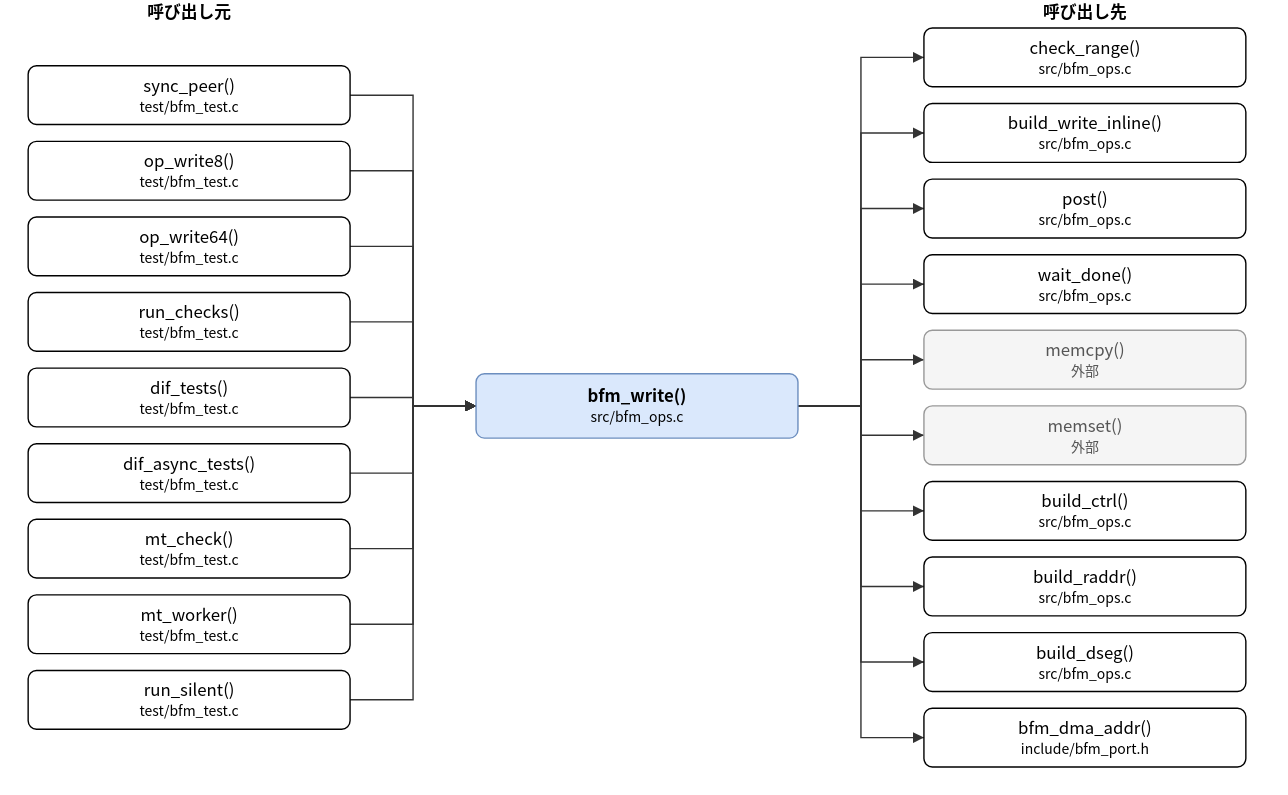
Before: doc/spec/images/call_src_bfm_ops-bfm_write.drawio.svg, a diagram exported from draw.io (hf355051012-ai/bfmem). Source tidied: cells renumbered, new cells last; positions are measured from the earlier drawing's top-left corner, leaving out a move shared by most shapes.
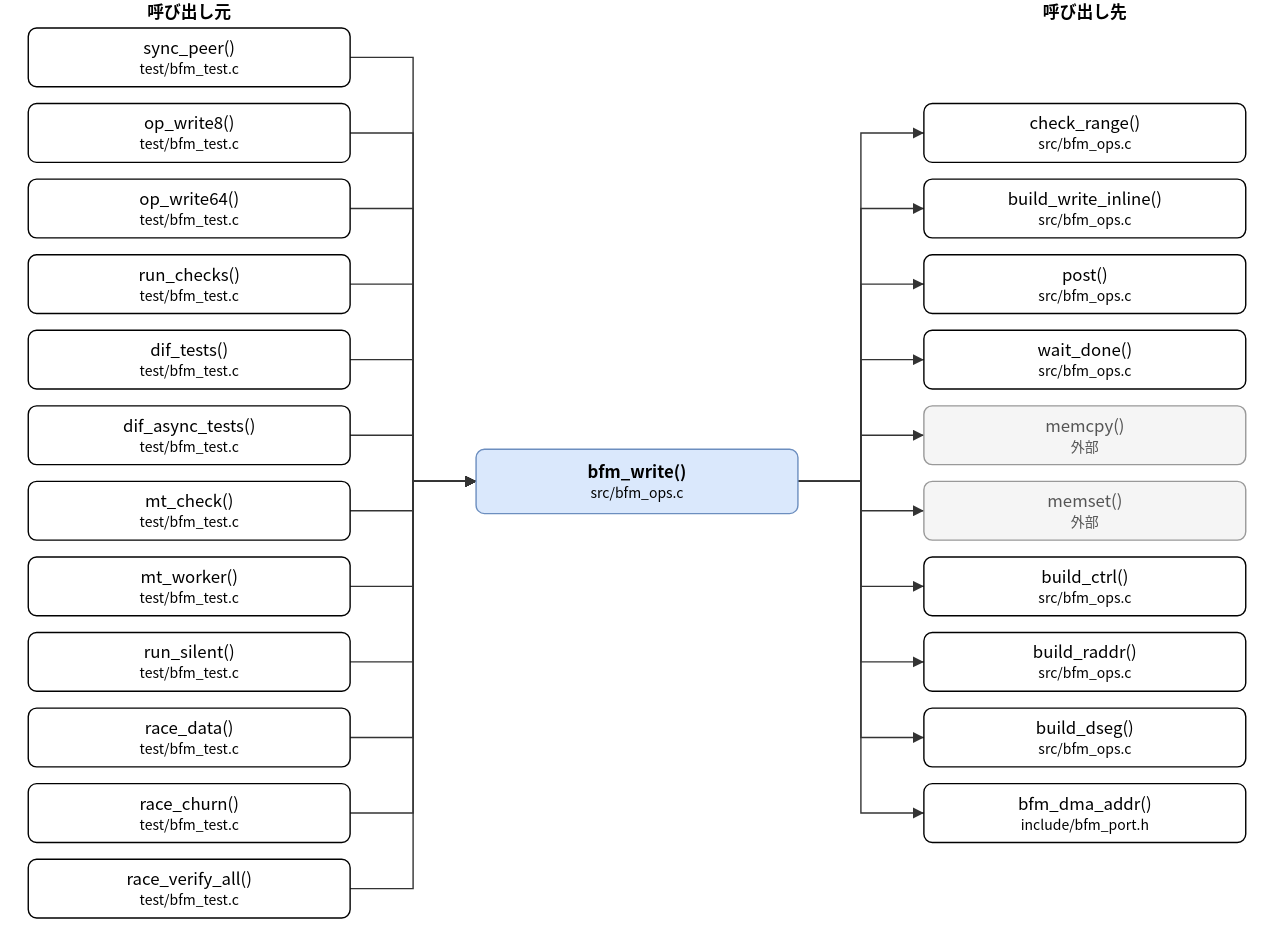
Later version of the same file.

The edit, as a diff of the source:
```diff
@@ -5,60 +5,69 @@
     <mxCell id="2" value="bfm_write()&lt;br&gt;&lt;font style=&quot;font-size:10px&quot;&gt;src/bfm_ops.c&lt;/font&gt;" style="rounded=1;whiteSpace=wrap;html=1;fillColor=#dae8fc;strokeColor=#6c8ebf;fontStyle=1;" parent="1" vertex="1">
-      <mxGeometry x="320" y="267" width="230" height="46" as="geometry" />
+      <mxGeometry x="320" y="321" width="230" height="46" as="geometry" />
     </mxCell>
     <mxCell id="3" value="sync_peer()&lt;br&gt;&lt;font style=&quot;font-size:10px&quot;&gt;test/bfm_test.c&lt;/font&gt;" style="rounded=1;whiteSpace=wrap;html=1;" parent="1" vertex="1">
-      <mxGeometry y="47" width="230" height="42" as="geometry" />
+      <mxGeometry y="20" width="230" height="42" as="geometry" />
     </mxCell>
     <mxCell id="4" value="op_write8()&lt;br&gt;&lt;font style=&quot;font-size:10px&quot;&gt;test/bfm_test.c&lt;/font&gt;" style="rounded=1;whiteSpace=wrap;html=1;" parent="1" vertex="1">
-      <mxGeometry y="101" width="230" height="42" as="geometry" />
+      <mxGeometry y="74" width="230" height="42" as="geometry" />
     </mxCell>
     <mxCell id="5" value="op_write64()&lt;br&gt;&lt;font style=&quot;font-size:10px&quot;&gt;test/bfm_test.c&lt;/font&gt;" style="rounded=1;whiteSpace=wrap;html=1;" parent="1" vertex="1">
-      <mxGeometry y="155" width="230" height="42" as="geometry" />
+      <mxGeometry y="128" width="230" height="42" as="geometry" />
     </mxCell>
     <mxCell id="6" value="run_checks()&lt;br&gt;&lt;font style=&quot;font-size:10px&quot;&gt;test/bfm_test.c&lt;/font&gt;" style="rounded=1;whiteSpace=wrap;html=1;" parent="1" vertex="1">
-      <mxGeometry y="209" width="230" height="42" as="geometry" />
+      <mxGeometry y="182" width="230" height="42" as="geometry" />
     </mxCell>
     <mxCell id="7" value="dif_tests()&lt;br&gt;&lt;font style=&quot;font-size:10px&quot;&gt;test/bfm_test.c&lt;/font&gt;" style="rounded=1;whiteSpace=wrap;html=1;" parent="1" vertex="1">
-      <mxGeometry y="263" width="230" height="42" as="geometry" />
+      <mxGeometry y="236" width="230" height="42" as="geometry" />
     </mxCell>
     <mxCell id="8" value="dif_async_tests()&lt;br&gt;&lt;font style=&quot;font-size:10px&quot;&gt;test/bfm_test.c&lt;/font&gt;" style="rounded=1;whiteSpace=wrap;html=1;" parent="1" vertex="1">
-      <mxGeometry y="317" width="230" height="42" as="geometry" />
+      <mxGeometry y="290" width="230" height="42" as="geometry" />
     </mxCell>
     <mxCell id="9" value="mt_check()&lt;br&gt;&lt;font style=&quot;font-size:10px&quot;&gt;test/bfm_test.c&lt;/font&gt;" style="rounded=1;whiteSpace=wrap;html=1;" parent="1" vertex="1">
-      <mxGeometry y="371" width="230" height="42" as="geometry" />
+      <mxGeometry y="344" width="230" height="42" as="geometry" />
     </mxCell>
     <mxCell id="10" value="mt_worker()&lt;br&gt;&lt;font style=&quot;font-size:10px&quot;&gt;test/bfm_test.c&lt;/font&gt;" style="rounded=1;whiteSpace=wrap;html=1;" parent="1" vertex="1">
-      <mxGeometry y="425" width="230" height="42" as="geometry" />
+      <mxGeometry y="398" width="230" height="42" as="geometry" />
     </mxCell>
     <mxCell id="11" value="run_silent()&lt;br&gt;&lt;font style=&quot;font-size:10px&quot;&gt;test/bfm_test.c&lt;/font&gt;" style="rounded=1;whiteSpace=wrap;html=1;" parent="1" vertex="1">
-      <mxGeometry y="479" width="230" height="42" as="geometry" />
+      <mxGeometry y="452" width="230" height="42" as="geometry" />
     </mxCell>
+    <mxCell id="43" value="race_data()&lt;br&gt;&lt;font style=&quot;font-size:10px&quot;&gt;test/bfm_test.c&lt;/font&gt;" style="rounded=1;whiteSpace=wrap;html=1;" parent="1" vertex="1">
+      <mxGeometry y="506" width="230" height="42" as="geometry" />
+    </mxCell>
+    <mxCell id="44" value="race_churn()&lt;br&gt;&lt;font style=&quot;font-size:10px&quot;&gt;test/bfm_test.c&lt;/font&gt;" style="rounded=1;whiteSpace=wrap;html=1;" parent="1" vertex="1">
+      <mxGeometry y="560" width="230" height="42" as="geometry" />
+    </mxCell>
+    <mxCell id="45" value="race_verify_all()&lt;br&gt;&lt;font style=&quot;font-size:10px&quot;&gt;test/bfm_test.c&lt;/font&gt;" style="rounded=1;whiteSpace=wrap;html=1;" parent="1" vertex="1">
+      <mxGeometry y="614" width="230" height="42" as="geometry" />
+    </mxCell>
     <mxCell id="12" value="check_range()&lt;br&gt;&lt;font style=&quot;font-size:10px&quot;&gt;src/bfm_ops.c&lt;/font&gt;" style="rounded=1;whiteSpace=wrap;html=1;" parent="1" vertex="1">
-      <mxGeometry x="640" y="20" width="230" height="42" as="geometry" />
+      <mxGeometry x="640" y="74" width="230" height="42" as="geometry" />
     </mxCell>
     <mxCell id="13" value="build_write_inline()&lt;br&gt;&lt;font style=&quot;font-size:10px&quot;&gt;src/bfm_ops.c&lt;/font&gt;" style="rounded=1;whiteSpace=wrap;html=1;" parent="1" vertex="1">
-      <mxGeometry x="640" y="74" width="230" height="42" as="geometry" />
+      <mxGeometry x="640" y="128" width="230" height="42" as="geometry" />
     </mxCell>
     <mxCell id="14" value="post()&lt;br&gt;&lt;font style=&quot;font-size:10px&quot;&gt;src/bfm_ops.c&lt;/font&gt;" style="rounded=1;whiteSpace=wrap;html=1;" parent="1" vertex="1">
-      <mxGeometry x="640" y="128" width="230" height="42" as="geometry" />
+      <mxGeometry x="640" y="182" width="230" height="42" as="geometry" />
     </mxCell>
     <mxCell id="15" value="wait_done()&lt;br&gt;&lt;font style=&quot;font-size:10px&quot;&gt;src/bfm_ops.c&lt;/font&gt;" style="rounded=1;whiteSpace=wrap;html=1;" parent="1" vertex="1">
-      <mxGeometry x="640" y="182" width="230" height="42" as="geometry" />
+      <mxGeometry x="640" y="236" width="230" height="42" as="geometry" />
     </mxCell>
     <mxCell id="16" value="memcpy()&lt;br&gt;&lt;font style=&quot;font-size:10px&quot;&gt;外部&lt;/font&gt;" style="rounded=1;whiteSpace=wrap;html=1;fillColor=#f5f5f5;strokeColor=#999999;fontColor=#555555;" parent="1" vertex="1">
-      <mxGeometry x="640" y="236" width="230" height="42" as="geometry" />
+      <mxGeometry x="640" y="290" width="230" height="42" as="geometry" />
     </mxCell>
     <mxCell id="17" value="memset()&lt;br&gt;&lt;font style=&quot;font-size:10px&quot;&gt;外部&lt;/font&gt;" style="rounded=1;whiteSpace=wrap;html=1;fillColor=#f5f5f5;strokeColor=#999999;fontColor=#555555;" parent="1" vertex="1">
-      <mxGeometry x="640" y="290" width="230" height="42" as="geometry" />
+      <mxGeometry x="640" y="344" width="230" height="42" as="geometry" />
     </mxCell>
     <mxCell id="18" value="build_ctrl()&lt;br&gt;&lt;font style=&quot;font-size:10px&quot;&gt;src/bfm_ops.c&lt;/font&gt;" style="rounded=1;whiteSpace=wrap;html=1;" parent="1" vertex="1">
-      <mxGeometry x="640" y="344" width="230" height="42" as="geometry" />
+      <mxGeometry x="640" y="398" width="230" height="42" as="geometry" />
     </mxCell>
     <mxCell id="19" value="build_raddr()&lt;br&gt;&lt;font style=&quot;font-size:10px&quot;&gt;src/bfm_ops.c&lt;/font&gt;" style="rounded=1;whiteSpace=wrap;html=1;" parent="1" vertex="1">
-      <mxGeometry x="640" y="398" width="230" height="42" as="geometry" />
+      <mxGeometry x="640" y="452" width="230" height="42" as="geometry" />
     </mxCell>
     <mxCell id="20" value="build_dseg()&lt;br&gt;&lt;font style=&quot;font-size:10px&quot;&gt;src/bfm_ops.c&lt;/font&gt;" style="rounded=1;whiteSpace=wrap;html=1;" parent="1" vertex="1">
-      <mxGeometry x="640" y="452" width="230" height="42" as="geometry" />
+      <mxGeometry x="640" y="506" width="230" height="42" as="geometry" />
     </mxCell>
     <mxCell id="21" value="bfm_dma_addr()&lt;br&gt;&lt;font style=&quot;font-size:10px&quot;&gt;include/bfm_port.h&lt;/font&gt;" style="rounded=1;whiteSpace=wrap;html=1;" parent="1" vertex="1">
-      <mxGeometry x="640" y="506" width="230" height="42" as="geometry" />
+      <mxGeometry x="640" y="560" width="230" height="42" as="geometry" />
     </mxCell>
@@ -67,4 +76,4 @@
         <Array as="points">
-          <mxPoint x="275" y="68" />
-          <mxPoint x="275" y="290" />
+          <mxPoint x="275" y="41" />
+          <mxPoint x="275" y="344" />
         </Array>
@@ -75,4 +84,4 @@
         <Array as="points">
-          <mxPoint x="275" y="122" />
-          <mxPoint x="275" y="290" />
+          <mxPoint x="275" y="95" />
+          <mxPoint x="275" y="344" />
         </Array>
@@ -83,4 +92,4 @@
         <Array as="points">
-          <mxPoint x="275" y="176" />
-          <mxPoint x="275" y="290" />
+          <mxPoint x="275" y="149" />
+          <mxPoint x="275" y="344" />
         </Array>
@@ -91,4 +100,4 @@
         <Array as="points">
-          <mxPoint x="275" y="230" />
-          <mxPoint x="275" y="290" />
+          <mxPoint x="275" y="203" />
+          <mxPoint x="275" y="344" />
         </Array>
@@ -99,4 +108,4 @@
         <Array as="points">
-          <mxPoint x="275" y="284" />
-          <mxPoint x="275" y="290" />
+          <mxPoint x="275" y="257" />
+          <mxPoint x="275" y="344" />
         </Array>
@@ -107,4 +116,4 @@
         <Array as="points">
-          <mxPoint x="275" y="338" />
-          <mxPoint x="275" y="290" />
+          <mxPoint x="275" y="311" />
+          <mxPoint x="275" y="344" />
         </Array>
@@ -115,4 +124,4 @@
         <Array as="points">
-          <mxPoint x="275" y="392" />
-          <mxPoint x="275" y="290" />
+          <mxPoint x="275" y="365" />
+          <mxPoint x="275" y="344" />
         </Array>
@@ -123,4 +132,4 @@
         <Array as="points">
-          <mxPoint x="275" y="446" />
-          <mxPoint x="275" y="290" />
+          <mxPoint x="275" y="419" />
+          <mxPoint x="275" y="344" />
         </Array>
@@ -131,4 +140,4 @@
         <Array as="points">
-          <mxPoint x="275" y="500" />
-          <mxPoint x="275" y="290" />
+          <mxPoint x="275" y="473" />
+          <mxPoint x="275" y="344" />
         </Array>
@@ -136,7 +145,7 @@
     </mxCell>
-    <mxCell id="31" style="edgeStyle=none;html=1;rounded=0;endArrow=block;endFill=1;exitX=1.0000;exitY=0.5000;exitDx=0;exitDy=0;exitPerimeter=0;entryX=0.0000;entryY=0.5000;entryDx=0;entryDy=0;entryPerimeter=0;" parent="1" edge="1" source="2" target="12">
+    <mxCell id="31" style="edgeStyle=none;html=1;rounded=0;endArrow=block;endFill=1;exitX=1.0000;exitY=0.5000;exitDx=0;exitDy=0;exitPerimeter=0;entryX=0.0000;entryY=0.5000;entryDx=0;entryDy=0;entryPerimeter=0;" parent="1" edge="1" source="43" target="2">
       <mxGeometry relative="1" as="geometry">
         <Array as="points">
-          <mxPoint x="595" y="290" />
-          <mxPoint x="595" y="41" />
+          <mxPoint x="275" y="527" />
+          <mxPoint x="275" y="344" />
         </Array>
@@ -144,7 +153,7 @@
     </mxCell>
-    <mxCell id="32" style="edgeStyle=none;html=1;rounded=0;endArrow=block;endFill=1;exitX=1.0000;exitY=0.5000;exitDx=0;exitDy=0;exitPerimeter=0;entryX=0.0000;entryY=0.5000;entryDx=0;entryDy=0;entryPerimeter=0;" parent="1" edge="1" source="2" target="13">
+    <mxCell id="32" style="edgeStyle=none;html=1;rounded=0;endArrow=block;endFill=1;exitX=1.0000;exitY=0.5000;exitDx=0;exitDy=0;exitPerimeter=0;entryX=0.0000;entryY=0.5000;entryDx=0;entryDy=0;entryPerimeter=0;" parent="1" edge="1" source="44" target="2">
       <mxGeometry relative="1" as="geometry">
         <Array as="points">
-          <mxPoint x="595" y="290" />
-          <mxPoint x="595" y="95" />
+          <mxPoint x="275" y="581" />
+          <mxPoint x="275" y="344" />
         </Array>
@@ -152,7 +161,7 @@
     </mxCell>
-    <mxCell id="33" style="edgeStyle=none;html=1;rounded=0;endArrow=block;endFill=1;exitX=1.0000;exitY=0.5000;exitDx=0;exitDy=0;exitPerimeter=0;entryX=0.0000;entryY=0.5000;entryDx=0;entryDy=0;entryPerimeter=0;" parent="1" edge="1" source="2" target="14">
+    <mxCell id="33" style="edgeStyle=none;html=1;rounded=0;endArrow=block;endFill=1;exitX=1.0000;exitY=0.5000;exitDx=0;exitDy=0;exitPerimeter=0;entryX=0.0000;entryY=0.5000;entryDx=0;entryDy=0;entryPerimeter=0;" parent="1" edge="1" source="45" target="2">
       <mxGeometry relative="1" as="geometry">
         <Array as="points">
-          <mxPoint x="595" y="290" />
-          <mxPoint x="595" y="149" />
+          <mxPoint x="275" y="635" />
+          <mxPoint x="275" y="344" />
         </Array>
@@ -160,7 +169,7 @@
     </mxCell>
-    <mxCell id="34" style="edgeStyle=none;html=1;rounded=0;endArrow=block;endFill=1;exitX=1.0000;exitY=0.5000;exitDx=0;exitDy=0;exitPerimeter=0;entryX=0.0000;entryY=0.5000;entryDx=0;entryDy=0;entryPerimeter=0;" parent="1" edge="1" source="2" target="15">
+    <mxCell id="34" style="edgeStyle=none;html=1;rounded=0;endArrow=block;endFill=1;exitX=1.0000;exitY=0.5000;exitDx=0;exitDy=0;exitPerimeter=0;entryX=0.0000;entryY=0.5000;entryDx=0;entryDy=0;entryPerimeter=0;" parent="1" edge="1" source="2" target="12">
       <mxGeometry relative="1" as="geometry">
         <Array as="points">
-          <mxPoint x="595" y="290" />
-          <mxPoint x="595" y="203" />
+          <mxPoint x="595" y="344" />
+          <mxPoint x="595" y="95" />
         </Array>
@@ -168,7 +177,7 @@
     </mxCell>
-    <mxCell id="35" style="edgeStyle=none;html=1;rounded=0;endArrow=block;endFill=1;exitX=1.0000;exitY=0.5000;exitDx=0;exitDy=0;exitPerimeter=0;entryX=0.0000;entryY=0.5000;entryDx=0;entryDy=0;entryPerimeter=0;" parent="1" edge="1" source="2" target="16">
+    <mxCell id="35" style="edgeStyle=none;html=1;rounded=0;endArrow=block;endFill=1;exitX=1.0000;exitY=0.5000;exitDx=0;exitDy=0;exitPerimeter=0;entryX=0.0000;entryY=0.5000;entryDx=0;entryDy=0;entryPerimeter=0;" parent="1" edge="1" source="2" target="13">
       <mxGeometry relative="1" as="geometry">
         <Array as="points">
-          <mxPoint x="595" y="290" />
-          <mxPoint x="595" y="257" />
+          <mxPoint x="595" y="344" />
+          <mxPoint x="595" y="149" />
         </Array>
@@ -176,7 +185,7 @@
     </mxCell>
-    <mxCell id="36" style="edgeStyle=none;html=1;rounded=0;endArrow=block;endFill=1;exitX=1.0000;exitY=0.5000;exitDx=0;exitDy=0;exitPerimeter=0;entryX=0.0000;entryY=0.5000;entryDx=0;entryDy=0;entryPerimeter=0;" parent="1" edge="1" source="2" target="17">
+    <mxCell id="36" style="edgeStyle=none;html=1;rounded=0;endArrow=block;endFill=1;exitX=1.0000;exitY=0.5000;exitDx=0;exitDy=0;exitPerimeter=0;entryX=0.0000;entryY=0.5000;entryDx=0;entryDy=0;entryPerimeter=0;" parent="1" edge="1" source="2" target="14">
       <mxGeometry relative="1" as="geometry">
         <Array as="points">
-          <mxPoint x="595" y="290" />
-          <mxPoint x="595" y="311" />
+          <mxPoint x="595" y="344" />
+          <mxPoint x="595" y="203" />
         </Array>
@@ -184,7 +193,7 @@
     </mxCell>
-    <mxCell id="37" style="edgeStyle=none;html=1;rounded=0;endArrow=block;endFill=1;exitX=1.0000;exitY=0.5000;exitDx=0;exitDy=0;exitPerimeter=0;entryX=0.0000;entryY=0.5000;entryDx=0;entryDy=0;entryPerimeter=0;" parent="1" edge="1" source="2" target="18">
+    <mxCell id="37" style="edgeStyle=none;html=1;rounded=0;endArrow=block;endFill=1;exitX=1.0000;exitY=0.5000;exitDx=0;exitDy=0;exitPerimeter=0;entryX=0.0000;entryY=0.5000;entryDx=0;entryDy=0;entryPerimeter=0;" parent="1" edge="1" source="2" target="15">
       <mxGeometry relative="1" as="geometry">
         <Array as="points">
-          <mxPoint x="595" y="290" />
-          <mxPoint x="595" y="365" />
+          <mxPoint x="595" y="344" />
+          <mxPoint x="595" y="257" />
         </Array>
@@ -192,7 +201,7 @@
     </mxCell>
-    <mxCell id="38" style="edgeStyle=none;html=1;rounded=0;endArrow=block;endFill=1;exitX=1.0000;exitY=0.5000;exitDx=0;exitDy=0;exitPerimeter=0;entryX=0.0000;entryY=0.5000;entryDx=0;entryDy=0;entryPerimeter=0;" parent="1" edge="1" source="2" target="19">
+    <mxCell id="38" style="edgeStyle=none;html=1;rounded=0;endArrow=block;endFill=1;exitX=1.0000;exitY=0.5000;exitDx=0;exitDy=0;exitPerimeter=0;entryX=0.0000;entryY=0.5000;entryDx=0;entryDy=0;entryPerimeter=0;" parent="1" edge="1" source="2" target="16">
       <mxGeometry relative="1" as="geometry">
         <Array as="points">
-          <mxPoint x="595" y="290" />
-          <mxPoint x="595" y="419" />
+          <mxPoint x="595" y="344" />
+          <mxPoint x="595" y="311" />
         </Array>
@@ -200,7 +209,7 @@
     </mxCell>
-    <mxCell id="39" style="edgeStyle=none;html=1;rounded=0;endArrow=block;endFill=1;exitX=1.0000;exitY=0.5000;exitDx=0;exitDy=0;exitPerimeter=0;entryX=0.0000;entryY=0.5000;entryDx=0;entryDy=0;entryPerimeter=0;" parent="1" edge="1" source="2" target="20">
+    <mxCell id="39" style="edgeStyle=none;html=1;rounded=0;endArrow=block;endFill=1;exitX=1.0000;exitY=0.5000;exitDx=0;exitDy=0;exitPerimeter=0;entryX=0.0000;entryY=0.5000;entryDx=0;entryDy=0;entryPerimeter=0;" parent="1" edge="1" source="2" target="17">
       <mxGeometry relative="1" as="geometry">
         <Array as="points">
-          <mxPoint x="595" y="290" />
-          <mxPoint x="595" y="473" />
+          <mxPoint x="595" y="344" />
+          <mxPoint x="595" y="365" />
         </Array>
@@ -208,7 +217,7 @@
     </mxCell>
-    <mxCell id="40" style="edgeStyle=none;html=1;rounded=0;endArrow=block;endFill=1;exitX=1.0000;exitY=0.5000;exitDx=0;exitDy=0;exitPerimeter=0;entryX=0.0000;entryY=0.5000;entryDx=0;entryDy=0;entryPerimeter=0;" parent="1" edge="1" source="2" target="21">
+    <mxCell id="40" style="edgeStyle=none;html=1;rounded=0;endArrow=block;endFill=1;exitX=1.0000;exitY=0.5000;exitDx=0;exitDy=0;exitPerimeter=0;entryX=0.0000;entryY=0.5000;entryDx=0;entryDy=0;entryPerimeter=0;" parent="1" edge="1" source="2" target="18">
       <mxGeometry relative="1" as="geometry">
         <Array as="points">
-          <mxPoint x="595" y="290" />
-          <mxPoint x="595" y="527" />
+          <mxPoint x="595" y="344" />
+          <mxPoint x="595" y="419" />
         </Array>
@@ -216,2 +225,26 @@
     </mxCell>
+    <mxCell id="46" style="edgeStyle=none;html=1;rounded=0;endArrow=block;endFill=1;exitX=1.0000;exitY=0.5000;exitDx=0;exitDy=0;exitPerimeter=0;entryX=0.0000;entryY=0.5000;entryDx=0;entryDy=0;entryPerimeter=0;" parent="1" edge="1" source="2" target="19">
+      <mxGeometry relative="1" as="geometry">
+        <Array as="points">
+          <mxPoint x="595" y="344" />
+          <mxPoint x="595" y="473" />
+        </Array>
+      </mxGeometry>
+    </mxCell>
+    <mxCell id="47" style="edgeStyle=none;html=1;rounded=0;endArrow=block;endFill=1;exitX=1.0000;exitY=0.5000;exitDx=0;exitDy=0;exitPerimeter=0;entryX=0.0000;entryY=0.5000;entryDx=0;entryDy=0;entryPerimeter=0;" parent="1" edge="1" source="2" target="20">
+      <mxGeometry relative="1" as="geometry">
+        <Array as="points">
+          <mxPoint x="595" y="344" />
+          <mxPoint x="595" y="527" />
+        </Array>
+      </mxGeometry>
+    </mxCell>
+    <mxCell id="48" style="edgeStyle=none;html=1;rounded=0;endArrow=block;endFill=1;exitX=1.0000;exitY=0.5000;exitDx=0;exitDy=0;exitPerimeter=0;entryX=0.0000;entryY=0.5000;entryDx=0;entryDy=0;entryPerimeter=0;" parent="1" edge="1" source="2" target="21">
+      <mxGeometry relative="1" as="geometry">
+        <Array as="points">
+          <mxPoint x="595" y="344" />
+          <mxPoint x="595" y="581" />
+        </Array>
+      </mxGeometry>
+    </mxCell>
     <mxCell id="41" value="呼び出し元" style="text;html=1;align=center;fontStyle=1;" parent="1" vertex="1">
```
